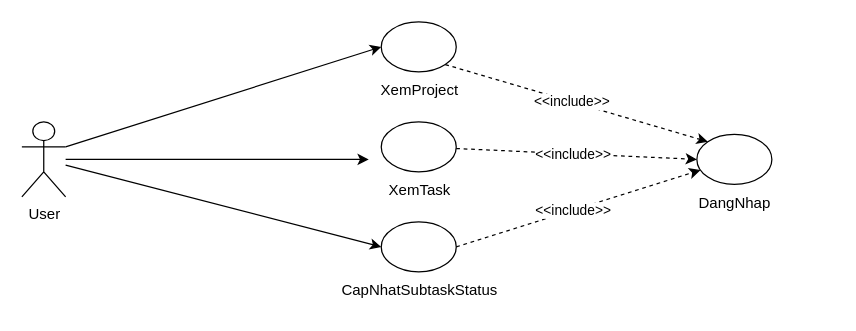
Earlier version of the draw.io diagram page "UC Thu Cap" (3 of 3) of Báo Cáo/UC/college.drawio (chickenlazy/college). Source tidied: cells renumbered, new cells numbered last; positions are measured from the earlier drawing's top-left corner, leaving out a move shared by most shapes. Both pictures are drawn from the tidied source at 125%, with x=0, y=0 at pixel (21, 21).
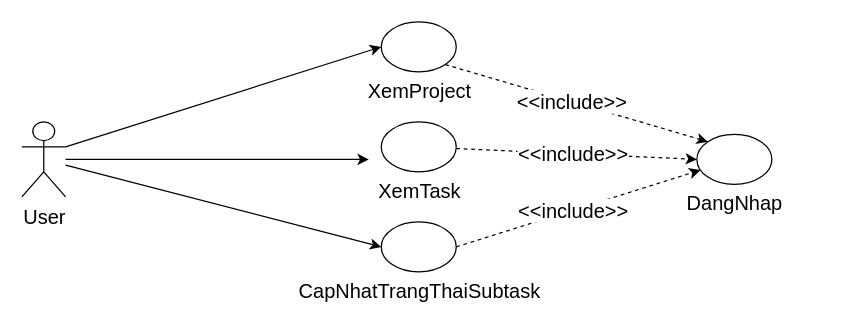
Above is the later version.

What changed in the source:
```diff
@@
-    <mxCell id="2" style="group;" parent="1" vertex="1">
+    <mxCell id="2" style="group;fontSize=16;" parent="1" vertex="1">
       <mxGeometry x="490" y="90" width="160" height="70" as="geometry" />
     </mxCell>
-    <mxCell id="3" style="ellipse;whiteSpace=wrap;html=1;" parent="2" vertex="1">
+    <mxCell id="3" style="ellipse;whiteSpace=wrap;html=1;fontSize=16;" parent="2" vertex="1">
       <mxGeometry x="50" width="60" height="40" as="geometry" />
     </mxCell>
-    <mxCell id="4" value="DangNhap" style="text;html=1;align=center;verticalAlign=middle;strokeColor=none;fillColor=none;" parent="2" vertex="1">
-      <mxGeometry x="40" y="40" width="80" height="30" as="geometry" />
+    <mxCell id="4" value="DangNhap" style="text;html=1;align=center;verticalAlign=middle;strokeColor=none;fillColor=none;fontSize=16;" parent="2" vertex="1">
+      <mxGeometry x="30" y="40" width="100" height="30" as="geometry" />
     </mxCell>
-    <mxCell id="5" value="User" style="shape=umlActor;verticalLabelPosition=bottom;verticalAlign=top;html=1;outlineConnect=0;" parent="1" vertex="1">
+    <mxCell id="5" value="User" style="shape=umlActor;verticalLabelPosition=bottom;verticalAlign=top;html=1;outlineConnect=0;fontSize=16;" parent="1" vertex="1">
       <mxGeometry y="80" width="35" height="60" as="geometry" />
     </mxCell>
-    <mxCell id="6" style="group;flipH=0;flipV=0;" parent="1" vertex="1">
+    <mxCell id="6" style="group;flipH=0;flipV=0;fontSize=16;" parent="1" vertex="1">
       <mxGeometry x="237.5" width="160" height="70" as="geometry" />
     </mxCell>
-    <mxCell id="7" style="ellipse;whiteSpace=wrap;html=1;" parent="6" vertex="1">
+    <mxCell id="7" style="ellipse;whiteSpace=wrap;html=1;fontSize=16;" parent="6" vertex="1">
       <mxGeometry x="50" width="60" height="40" as="geometry" />
     </mxCell>
-    <mxCell id="8" value="XemProject" style="text;html=1;align=center;verticalAlign=middle;strokeColor=none;fillColor=none;" parent="6" vertex="1">
-      <mxGeometry x="35" y="40" width="90" height="30" as="geometry" />
+    <mxCell id="8" value="XemProject" style="text;html=1;align=center;verticalAlign=middle;strokeColor=none;fillColor=none;fontSize=16;" parent="6" vertex="1">
+      <mxGeometry x="25" y="40" width="110" height="30" as="geometry" />
     </mxCell>
-    <mxCell id="9" style="group;flipH=0;flipV=0;" parent="1" vertex="1">
+    <mxCell id="9" style="group;flipH=0;flipV=0;fontSize=16;" parent="1" vertex="1">
       <mxGeometry x="237.5" y="80" width="180" height="70" as="geometry" />
     </mxCell>
-    <mxCell id="10" style="ellipse;whiteSpace=wrap;html=1;" parent="9" vertex="1">
+    <mxCell id="10" style="ellipse;whiteSpace=wrap;html=1;fontSize=16;" parent="9" vertex="1">
       <mxGeometry x="50" width="60" height="40" as="geometry" />
     </mxCell>
-    <mxCell id="11" value="XemTask" style="text;html=1;align=center;verticalAlign=middle;strokeColor=none;fillColor=none;" parent="9" vertex="1">
-      <mxGeometry x="45" y="40" width="70" height="30" as="geometry" />
+    <mxCell id="11" value="XemTask" style="text;html=1;align=center;verticalAlign=middle;strokeColor=none;fillColor=none;fontSize=16;" parent="9" vertex="1">
+      <mxGeometry x="35" y="40" width="90" height="30" as="geometry" />
     </mxCell>
-    <mxCell id="12" style="endArrow=classic;html=1;rounded=0;exitX=1;exitY=0.3333333333333333;exitDx=0;exitDy=0;exitPerimeter=0;" parent="1" edge="1" source="5">
+    <mxCell id="12" style="endArrow=classic;html=1;rounded=0;exitX=1;exitY=0.3333333333333333;exitDx=0;exitDy=0;exitPerimeter=0;fontSize=16;" parent="1" edge="1" source="5">
       <mxGeometry relative="1" as="geometry">
         <mxPoint x="287.5" y="20" as="targetPoint" />
       </mxGeometry>
     </mxCell>
-    <mxCell id="13" style="endArrow=classic;html=1;rounded=0;" parent="1" edge="1" source="5">
+    <mxCell id="13" style="endArrow=classic;html=1;rounded=0;fontSize=16;" parent="1" edge="1" source="5">
       <mxGeometry relative="1" as="geometry">
         <mxPoint x="277.5" y="110" as="targetPoint" />
       </mxGeometry>
     </mxCell>
-    <mxCell id="14" style="endArrow=classic;html=1;rounded=0;dashed=1;entryX=0;entryY=0;entryDx=0;entryDy=0;exitX=1;exitY=1;exitDx=0;exitDy=0;" parent="1" edge="1" source="7" target="3">
+    <mxCell id="14" style="endArrow=classic;html=1;rounded=0;dashed=1;entryX=0;entryY=0;entryDx=0;entryDy=0;exitX=1;exitY=1;exitDx=0;exitDy=0;fontSize=16;" parent="1" edge="1" source="7" target="3">
       <mxGeometry relative="1" as="geometry" />
     </mxCell>
-    <mxCell id="15" value="&amp;lt;&amp;lt;include&amp;gt;&amp;gt;" style="edgeLabel;html=1;align=center;verticalAlign=middle;" parent="14" vertex="1">
+    <mxCell id="15" value="&amp;lt;&amp;lt;include&amp;gt;&amp;gt;" style="edgeLabel;html=1;align=center;verticalAlign=middle;fontSize=16;" parent="14" vertex="1">
       <mxGeometry x="-0.04" relative="1" as="geometry" />
     </mxCell>
-    <mxCell id="16" style="endArrow=classic;html=1;rounded=0;dashed=1;entryX=0;entryY=0.5;entryDx=0;entryDy=0;" parent="1" edge="1" source="10" target="3">
+    <mxCell id="16" style="endArrow=classic;html=1;rounded=0;dashed=1;entryX=0;entryY=0.5;entryDx=0;entryDy=0;fontSize=16;" parent="1" edge="1" source="10" target="3">
       <mxGeometry relative="1" as="geometry" />
     </mxCell>
-    <mxCell id="17" value="&amp;lt;&amp;lt;include&amp;gt;&amp;gt;" style="edgeLabel;html=1;align=center;verticalAlign=middle;" parent="16" vertex="1">
+    <mxCell id="17" value="&amp;lt;&amp;lt;include&amp;gt;&amp;gt;" style="edgeLabel;html=1;align=center;verticalAlign=middle;fontSize=16;" parent="16" vertex="1">
       <mxGeometry x="-0.04" relative="1" as="geometry" />
     </mxCell>
-    <mxCell id="18" style="group;flipH=0;flipV=0;" parent="1" vertex="1">
-      <mxGeometry x="237.5" y="160" width="180" height="70" as="geometry" />
+    <mxCell id="18" style="group;flipH=0;flipV=0;fontSize=16;" parent="1" vertex="1">
+      <mxGeometry x="237.5" y="160" width="190" height="70" as="geometry" />
     </mxCell>
-    <mxCell id="19" style="ellipse;whiteSpace=wrap;html=1;" parent="18" vertex="1">
+    <mxCell id="19" style="ellipse;whiteSpace=wrap;html=1;fontSize=16;" parent="18" vertex="1">
       <mxGeometry x="50" width="60" height="40" as="geometry" />
     </mxCell>
-    <mxCell id="20" value="CapNhatSubtaskStatus" style="text;html=1;align=center;verticalAlign=middle;strokeColor=none;fillColor=none;" parent="18" vertex="1">
-      <mxGeometry x="5" y="40" width="150" height="30" as="geometry" />
+    <mxCell id="20" value="CapNhatTrangThaiSubtask" style="text;html=1;align=center;verticalAlign=middle;strokeColor=none;fillColor=none;fontSize=16;" parent="18" vertex="1">
+      <mxGeometry x="-30" y="40" width="220" height="30" as="geometry" />
     </mxCell>
-    <mxCell id="21" style="endArrow=classic;html=1;rounded=0;dashed=1;exitX=1;exitY=0.5;exitDx=0;exitDy=0;" parent="1" edge="1" source="19" target="3">
+    <mxCell id="21" style="endArrow=classic;html=1;rounded=0;dashed=1;exitX=1;exitY=0.5;exitDx=0;exitDy=0;fontSize=16;" parent="1" edge="1" source="19" target="3">
       <mxGeometry relative="1" as="geometry" />
     </mxCell>
-    <mxCell id="22" value="&amp;lt;&amp;lt;include&amp;gt;&amp;gt;" style="edgeLabel;html=1;align=center;verticalAlign=middle;" parent="21" vertex="1">
+    <mxCell id="22" value="&amp;lt;&amp;lt;include&amp;gt;&amp;gt;" style="edgeLabel;html=1;align=center;verticalAlign=middle;fontSize=16;" parent="21" vertex="1">
       <mxGeometry x="-0.04" relative="1" as="geometry" />
     </mxCell>
-    <mxCell id="23" style="endArrow=classic;html=1;rounded=0;entryX=0;entryY=0.5;entryDx=0;entryDy=0;" parent="1" edge="1" source="5" target="19">
+    <mxCell id="23" style="endArrow=classic;html=1;rounded=0;entryX=0;entryY=0.5;entryDx=0;entryDy=0;fontSize=16;" parent="1" edge="1" source="5" target="19">
       <mxGeometry relative="1" as="geometry" />
     </mxCell>
```
